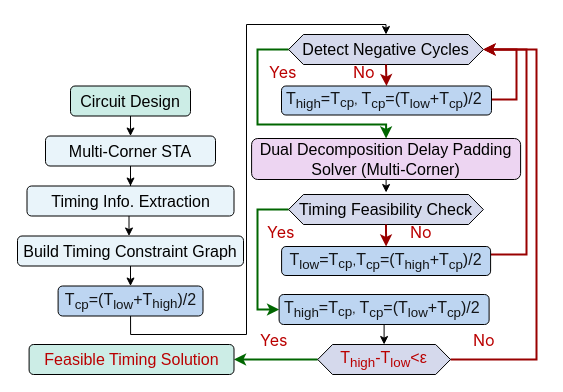
Earlier version of the draw.io diagram framework.drawio (kxzhu0505/Delay-Padding-For-Multi-corner). Source tidied: cells renumbered, new cells numbered last; positions are measured from the earlier drawing's top-left corner, leaving out a move shared by most shapes. Both pictures are drawn from the tidied source at 100%, with x=0, y=0 at pixel (17, 24).
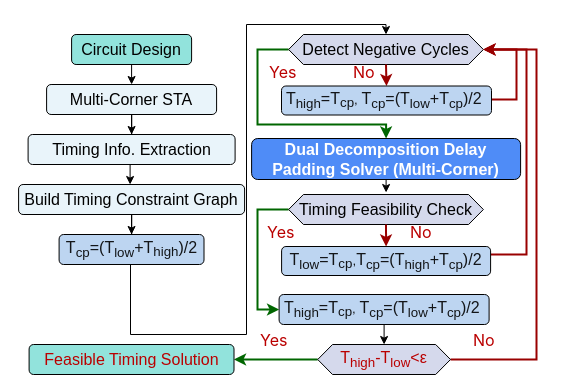
After the change.

Diff of the diagram source:
```diff
@@
     <mxCell id="7" style="edgeStyle=orthogonalEdgeStyle;rounded=0;jettySize=auto;html=1;entryX=0.5;entryY=0;entryDx=0;entryDy=0;" parent="1" edge="1" source="8">
       <mxGeometry relative="1" as="geometry">
-        <mxPoint x="113" y="111.5" as="targetPoint" />
+        <mxPoint x="114.1" y="60" as="targetPoint" />
       </mxGeometry>
     </mxCell>
-    <mxCell id="8" value="&lt;font style=&quot;font-size: 16px;&quot;&gt;Circuit Design&lt;/font&gt;" style="rounded=1;whiteSpace=wrap;html=1;fillColor=light-dark(#ccede6, #ededed);" parent="1" vertex="1">
-      <mxGeometry x="53" y="61.5" width="120" height="30" as="geometry" />
+    <mxCell id="8" value="&lt;font style=&quot;font-size: 16px;&quot;&gt;Circuit Design&lt;/font&gt;" style="rounded=1;whiteSpace=wrap;html=1;fillColor=light-dark(#92e3dc, #ededed);" parent="1" vertex="1">
+      <mxGeometry x="54.1" y="10" width="120" height="30" as="geometry" />
     </mxCell>
@@
     <mxCell id="10" value="&lt;font style=&quot;font-size: 16px;&quot;&gt;Multi-Corner STA&lt;/font&gt;" style="rounded=1;whiteSpace=wrap;html=1;fillColor=light-dark(#e9f4fa, #ededed);" parent="1" vertex="1">
-      <mxGeometry x="28" y="111.5" width="170" height="30" as="geometry" />
+      <mxGeometry x="29.1" y="60" width="170" height="30" as="geometry" />
     </mxCell>
     <mxCell id="11" value="&lt;font style=&quot;font-size: 16px;&quot;&gt;Timing Info. Extraction&lt;/font&gt;" style="rounded=1;whiteSpace=wrap;html=1;fillColor=light-dark(#e9f4fa, #ededed);" parent="1" vertex="1">
-      <mxGeometry x="9.5" y="161.5" width="207" height="30" as="geometry" />
+      <mxGeometry x="10.6" y="110" width="207" height="30" as="geometry" />
     </mxCell>
     <mxCell id="12" style="edgeStyle=orthogonalEdgeStyle;rounded=0;orthogonalLoop=1;jettySize=auto;html=1;entryX=0.5;entryY=0;entryDx=0;entryDy=0;" parent="1" edge="1">
       <mxGeometry relative="1" as="geometry">
-        <mxPoint x="111.5" y="191.5" as="sourcePoint" />
-        <mxPoint x="111.5" y="211.5" as="targetPoint" />
+        <mxPoint x="112.6" y="140" as="sourcePoint" />
+        <mxPoint x="112.6" y="160" as="targetPoint" />
       </mxGeometry>
     </mxCell>
@@
-    <mxCell id="14" value="&lt;font style=&quot;font-size: 16px;&quot;&gt;Dual Decomposition Delay Padding Solver (Multi-Corner)&lt;/font&gt;" style="rounded=1;whiteSpace=wrap;html=1;fillColor=#EDD5F2;strokeColor=light-dark(#000000, #d7817e);" parent="1" vertex="1">
+    <mxCell id="14" value="&lt;font style=&quot;font-size: 16px; color: rgb(255, 255, 255);&quot;&gt;&lt;b&gt;Dual Decomposition Delay Padding Solver (Multi-Corner)&lt;/b&gt;&lt;/font&gt;" style="rounded=1;whiteSpace=wrap;html=1;fillColor=light-dark(#4f8cf7, #3e2942);strokeColor=light-dark(#000000,#D7817E);" parent="1" vertex="1">
       <mxGeometry x="234.1" y="114" width="269" height="41" as="geometry" />
     </mxCell>
@@
     <mxCell id="20" value="&lt;font style=&quot;font-size: 16px;&quot;&gt;Build Timing Constraint Graph&lt;/font&gt;" style="rounded=1;whiteSpace=wrap;html=1;fillColor=light-dark(#e9f4fa, #ededed);" parent="1" vertex="1">
-      <mxGeometry y="211.5" width="226" height="30" as="geometry" />
+      <mxGeometry x="1.1" y="160" width="226" height="30" as="geometry" />
     </mxCell>
@@
-    <mxCell id="22" value="&lt;div style=&quot;text-align: left;&quot;&gt;&lt;span style=&quot;background-color: transparent;&quot;&gt;&lt;font style=&quot;font-size: 16px;&quot; face=&quot;Helvetica&quot; color=&quot;rgba(0, 0, 0, 0.9)&quot;&gt;Feasible Timing Solution&lt;/font&gt;&lt;/span&gt;&lt;/div&gt;" style="rounded=1;whiteSpace=wrap;html=1;fillColor=light-dark(#ccede6, #ededed);" parent="1" vertex="1">
+    <mxCell id="22" value="&lt;div style=&quot;text-align: left;&quot;&gt;&lt;span style=&quot;background-color: transparent;&quot;&gt;&lt;font style=&quot;font-size: 16px;&quot; face=&quot;Helvetica&quot; color=&quot;rgba(0, 0, 0, 0.9)&quot;&gt;Feasible Timing Solution&lt;/font&gt;&lt;/span&gt;&lt;/div&gt;" style="rounded=1;whiteSpace=wrap;html=1;fillColor=light-dark(#92e3dc, #ededed);" parent="1" vertex="1">
       <mxGeometry x="11.6" y="320" width="204.9" height="30" as="geometry" />
     </mxCell>
@@
     <mxCell id="35" value="&lt;span&gt;&lt;font face=&quot;Helvetica&quot;&gt;&lt;span style=&quot;color: rgba(0, 0, 0, 0.9); font-size: 16px; text-align: left;&quot;&gt;&lt;span style=&quot;color: rgba(0, 0, 0, 0.9);&quot;&gt;T&lt;/span&gt;&lt;sub style=&quot;color: rgba(0, 0, 0, 0.9);&quot;&gt;cp&lt;/sub&gt;=(T&lt;sub style=&quot;&quot;&gt;low&lt;/sub&gt;+&lt;/span&gt;&lt;/font&gt;&lt;/span&gt;&lt;span style=&quot;color: rgba(0, 0, 0, 0.9); font-size: 16px; text-align: left;&quot;&gt;T&lt;/span&gt;&lt;sub style=&quot;color: rgba(0, 0, 0, 0.9); text-align: left;&quot;&gt;&lt;font style=&quot;font-size: 13.3333px;&quot;&gt;high&lt;/font&gt;&lt;/sub&gt;&lt;span&gt;&lt;font face=&quot;Helvetica&quot;&gt;&lt;span style=&quot;color: rgba(0, 0, 0, 0.9); font-size: 16px; text-align: left;&quot;&gt;)/2&lt;/span&gt;&lt;/font&gt;&lt;/span&gt;" style="rounded=1;whiteSpace=wrap;html=1;fillColor=light-dark(#bdd5f1, #1f2f1e);strokeColor=#000000;" parent="1" vertex="1">
-      <mxGeometry x="40.6" y="261.5" width="144.9" height="30" as="geometry" />
+      <mxGeometry x="41.6" y="210" width="144.9" height="30" as="geometry" />
     </mxCell>
```
